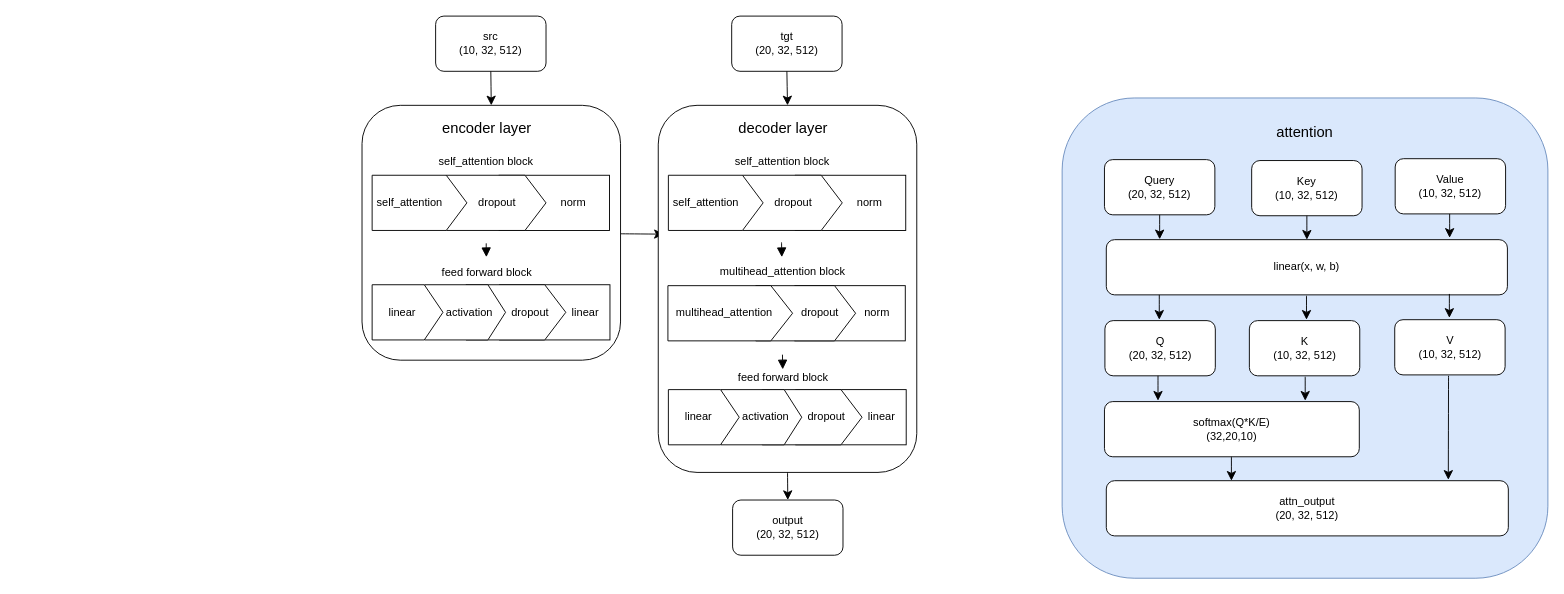
This is torch_trans1.drawio from wxxsusie/files, a draw.io file, before an edit. Source tidied: cells renumbered, new cells numbered last; positions are measured from the earlier drawing's top-left corner, leaving out a move shared by most shapes. Both pictures are drawn from the tidied source at 92%, with x=0, y=0 at pixel (362, 16).
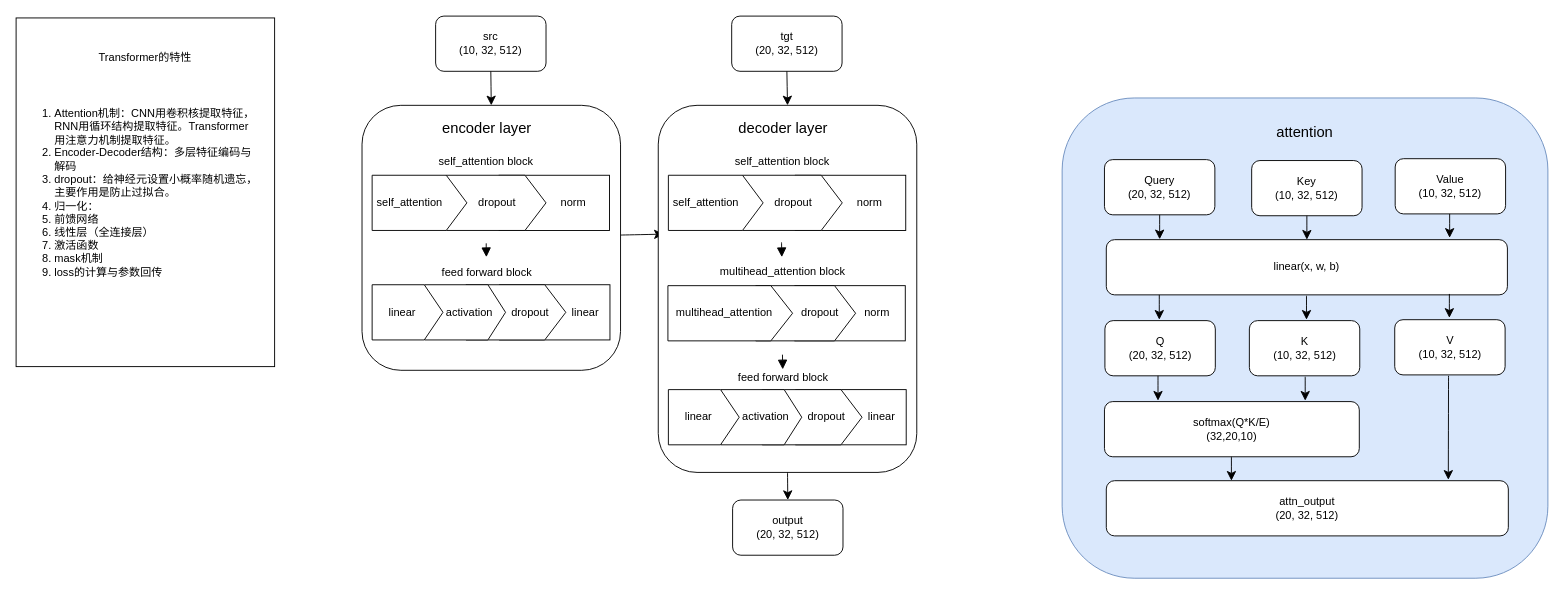
The same page after the edit.

Change to the diagram source:
```diff
@@
     <mxCell id="5" style="rounded=1;whiteSpace=wrap;html=1;" parent="1" vertex="1">
-      <mxGeometry y="97" width="281" height="277" as="geometry" />
+      <mxGeometry y="97" width="281" height="288" as="geometry" />
     </mxCell>
@@
+    <mxCell id="76" value="&lt;ol&gt;&lt;li&gt;Attention机制：CNN用卷积核提取特征，RNN用循环结构提取特征。Transformer&lt;br&gt;用注意力机制提取特征。&lt;/li&gt;&lt;li&gt;Encoder-Decoder结构：多层特征编码与&lt;br&gt;解码&lt;/li&gt;&lt;li&gt;dropout：给神经元设置小概率随机遗忘，&lt;br&gt;主要作用是防止过拟合。&lt;/li&gt;&lt;li&gt;归一化：&lt;/li&gt;&lt;li&gt;前馈网络&lt;/li&gt;&lt;li&gt;线性层（全连接层）&lt;/li&gt;&lt;li&gt;激活函数&lt;/li&gt;&lt;li&gt;mask机制&lt;/li&gt;&lt;li&gt;loss的计算与参数回传&lt;/li&gt;&lt;/ol&gt;" style="rounded=0;whiteSpace=wrap;html=1;align=left;" parent="1" vertex="1">
+      <mxGeometry x="-376" y="2" width="281" height="379" as="geometry" />
+    </mxCell>
+    <mxCell id="77" value="Transformer的特性" style="text;html=1;align=center;verticalAlign=middle;whiteSpace=wrap;rounded=0;" parent="1" vertex="1">
+      <mxGeometry x="-293.8" y="30" width="116.5" height="30" as="geometry" />
+    </mxCell>
```
